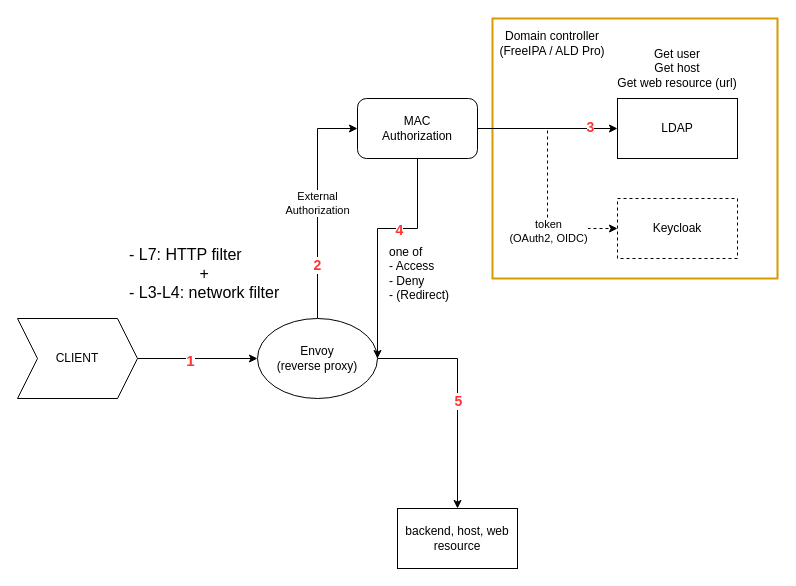
Before: docs/mac-reverse-proxy.drawio in Conty111/reverse-proxy-mac, a draw.io diagram. Source tidied: cells renumbered, new cells numbered last; positions are measured from the earlier drawing's top-left corner, leaving out a move shared by most shapes. Both pictures are drawn from the tidied source at 100%, with x=0, y=0 at pixel (17, 18).
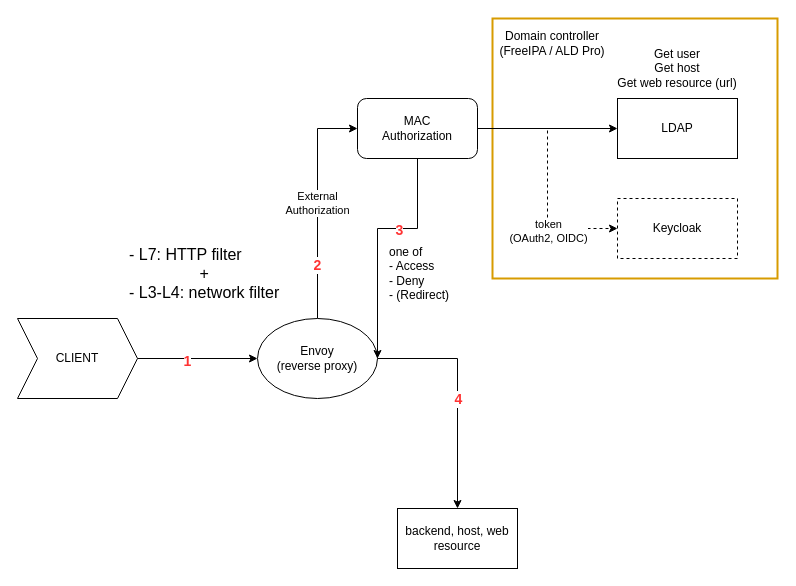
The same diagram, later.

The change refers to these unchanged cells:
```xml
<mxCell id="3" style="edgeStyle=orthogonalEdgeStyle;rounded=0;jettySize=auto;html=1;exitX=1;exitY=0.5;exitDx=0;exitDy=0;entryX=0;entryY=0.5;entryDx=0;entryDy=0;" parent="1" edge="1" source="5" target="10">
  <mxGeometry relative="1" as="geometry" />
</mxCell>
<mxCell id="8" style="edgeStyle=orthogonalEdgeStyle;rounded=0;jettySize=auto;html=1;exitX=1;exitY=0.5;exitDx=0;exitDy=0;entryX=0.5;entryY=0;entryDx=0;entryDy=0;" parent="1" edge="1" source="10" target="23">
  <mxGeometry relative="1" as="geometry" />
</mxCell>
<mxCell id="11" style="edgeStyle=orthogonalEdgeStyle;rounded=0;jettySize=auto;html=1;exitX=1;exitY=0.5;exitDx=0;exitDy=0;entryX=0;entryY=0.5;entryDx=0;entryDy=0;" parent="1" edge="1" source="17" target="18">
  <mxGeometry relative="1" as="geometry" />
</mxCell>
<mxCell id="15" style="edgeStyle=orthogonalEdgeStyle;rounded=0;jettySize=auto;html=1;exitX=0.5;exitY=1;exitDx=0;exitDy=0;entryX=1;entryY=0.5;entryDx=0;entryDy=0;" parent="1" edge="1" source="17" target="10">
  <mxGeometry relative="1" as="geometry">
    <Array as="points">
      <mxPoint x="400" y="210" />
      <mxPoint x="360" y="210" />
    </Array>
  </mxGeometry>
</mxCell>
```

Diff of the diagram source:
```diff
@@
-    <mxCell id="4" value="&lt;font style=&quot;color: rgb(255, 51, 51); font-size: 15px;&quot;&gt;&lt;b style=&quot;&quot;&gt;1&lt;/b&gt;&lt;/font&gt;" style="edgeLabel;html=1;align=center;verticalAlign=middle;" parent="3" vertex="1">
-      <mxGeometry x="-0.13" relative="1" as="geometry">
-        <mxPoint y="1" as="offset" />
-      </mxGeometry>
-    </mxCell>
@@
-    <mxCell id="9" value="&lt;font style=&quot;color: rgb(255, 51, 51);&quot;&gt;&lt;b&gt;5&lt;/b&gt;&lt;/font&gt;" style="edgeLabel;html=1;align=center;verticalAlign=middle;fontFamily=Helvetica;fontSize=14;fontColor=default;fillColor=none;gradientColor=none;" parent="8" vertex="1">
-      <mxGeometry x="0.06" relative="1" as="geometry" />
-    </mxCell>
@@
-    <mxCell id="12" value="&lt;font style=&quot;color: rgb(255, 51, 51);&quot;&gt;&lt;span&gt;3&lt;/span&gt;&lt;/font&gt;" style="edgeLabel;html=1;align=center;verticalAlign=middle;fontSize=14;fontStyle=1;" parent="11" vertex="1">
-      <mxGeometry x="0.6" y="2" relative="1" as="geometry" />
-    </mxCell>
@@
-    <mxCell id="16" value="4" style="edgeLabel;html=1;align=center;verticalAlign=middle;fontColor=#FF3333;fontSize=14;fontStyle=1;" parent="15" vertex="1">
+    <mxCell id="16" value="3" style="edgeLabel;html=1;align=center;verticalAlign=middle;fontColor=#FF3333;fontSize=14;fontStyle=1;" parent="15" vertex="1">
       <mxGeometry x="-0.14" y="1" relative="1" as="geometry">
         <mxPoint x="14" as="offset" />
       </mxGeometry>
     </mxCell>
@@
+    <mxCell id="25" value="4" style="edgeLabel;html=1;align=center;verticalAlign=middle;fontColor=#FF3333;fontSize=14;fontStyle=1;" parent="1" vertex="1">
+      <mxGeometry x="440" y="380" as="geometry" />
+    </mxCell>
+    <mxCell id="4" value="1" style="edgeLabel;html=1;align=center;verticalAlign=middle;fontSize=14;fontColor=#FF3333;fontStyle=1;" parent="1" vertex="1">
+      <mxGeometry x="290" y="200" as="geometry">
+        <mxPoint x="-121" y="142" as="offset" />
+      </mxGeometry>
+    </mxCell>
```
